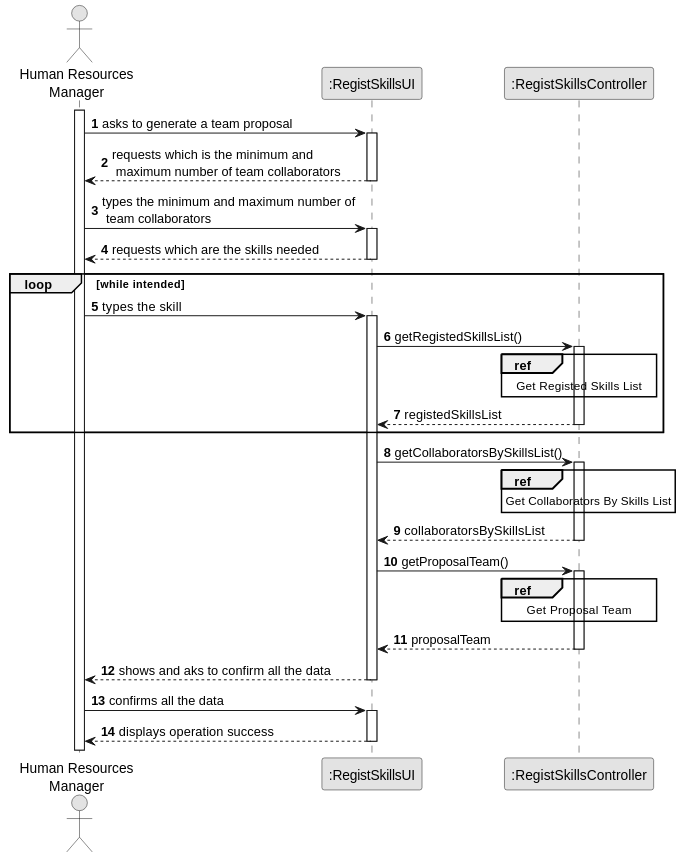
1231360-ISEP/lei-24-s2-1db-g021 keeps this PlantUML diagram as docs/sprint2/us005/03.design/svg/us005-sequence-diagram-split.svg. Above is the earlier version.
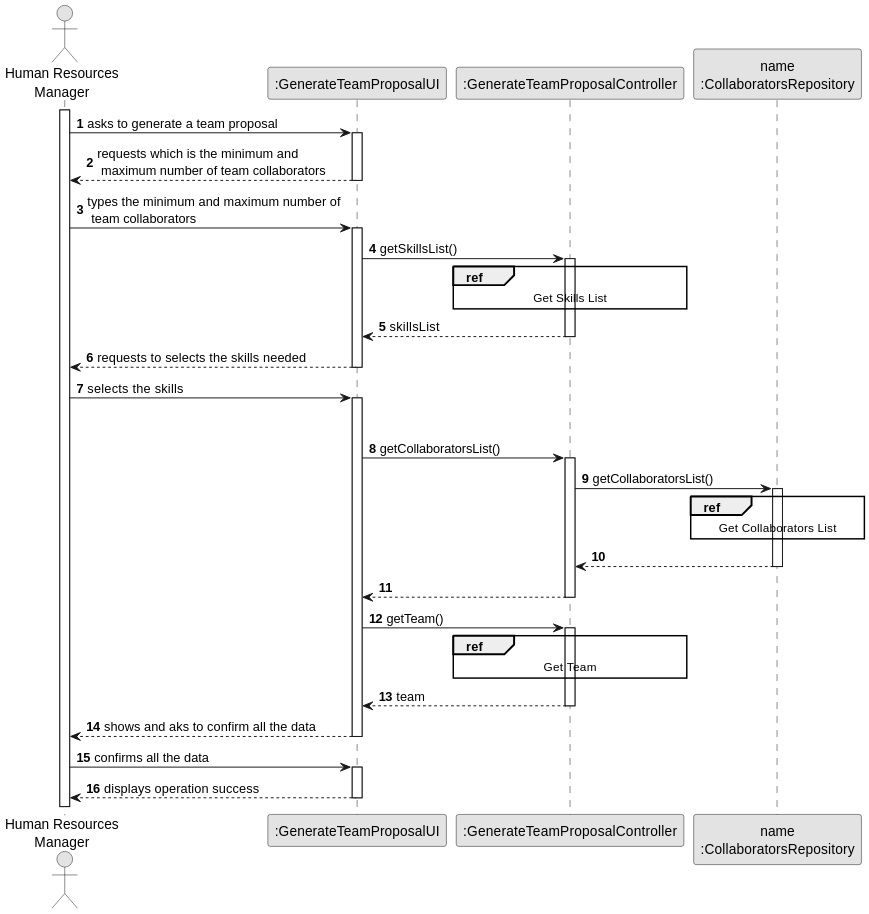
Later version of the same file.

What changed in the source:
```diff
@@ -4,74 +4,80 @@
 skinparam shadowing false
 
 actor "Human Resources\nManager" as HRM
-participant ":RegistSkillsUI" as UI
-participant ":RegistSkillsController" as CTRL
+participant ":GenerateTeamProposalUI" as UI
+participant ":GenerateTeamProposalController" as CTRL
+participant "name\n:CollaboratorsRepository" as CollaboratorsRepository
 
 autonumber 1
 
 activate HRM
 
-    HRM -> UI : asks to generate a team proposal
-        activate UI
+HRM -> UI : asks to generate a team proposal
+    activate UI
 
-    UI --> HRM : requests which is the minimum and\n maximum number of team collaborators
-    deactivate UI
+UI --> HRM : requests which is the minimum and\n maximum number of team collaborators
+deactivate UI
 
 
-    HRM -> UI : types the minimum and maximum number of\n team collaborators
-        activate UI
+HRM -> UI : types the minimum and maximum number of\n team collaborators
+    activate UI
 
-    UI --> HRM : requests which are the skills needed
-    deactivate UI
+UI -> CTRL: getSkillsList()
 
-    loop while intended
-
-            HRM -> UI : types the skill
-        activate UI
-
-            UI -> CTRL: getRegistedSkillsList()
-
-        activate CTRL
-
-        ref over CTRL
-            Get Registed Skills List
-        end ref
-
-        CTRL --> UI : registedSkillsList
-        deactivate CTRL
-
-    deactivate CTRL
-    end
-
-    UI -> CTRL: getCollaboratorsBySkillsList()
-
-    activate CTRL
+activate CTRL
 
     ref over CTRL
-        Get Collaborators By Skills List
+        Get Skills List
     end ref
 
-    CTRL --> UI : collaboratorsBySkillsList
-    deactivate CTRL
+CTRL --> UI : skillsList
+deactivate CTRL
 
-    UI -> CTRL: getProposalTeam()
+UI --> HRM : requests to selects the skills needed
+deactivate UI
 
-    activate CTRL
+    HRM -> UI : selects the skills
+activate UI
 
-    ref over CTRL
-        Get Proposal Team
+deactivate CTRL
+
+UI -> CTRL: getCollaboratorsList()
+
+activate CTRL
+
+    CTRL -> CollaboratorsRepository : getCollaboratorsList()
+activate CollaboratorsRepository
+
+    ref over CollaboratorsRepository
+        Get Collaborators List
     end ref
 
-    CTRL --> UI : proposalTeam
-    deactivate CTRL
+
+CollaboratorsRepository --> CTRL:
+deactivate CollaboratorsRepository
 
 
-    UI --> HRM : shows and aks to confirm all the data
-    deactivate UI
+CTRL --> UI :
+deactivate CTRL
 
-    HRM -> UI : confirms all the data
-    activate UI
+UI -> CTRL: getTeam()
 
-    UI --> HRM : displays operation success
-    deactivate UI
+activate CTRL
+
+ref over CTRL
+    Get Team
+end ref
+
+
+CTRL --> UI : team
+deactivate CTRL
+
+UI --> HRM : shows and aks to confirm all the data
+deactivate UI
+
+HRM -> UI : confirms all the data
+activate UI
+
+UI --> HRM : displays operation success
+deactivate UI
 @enduml
```
